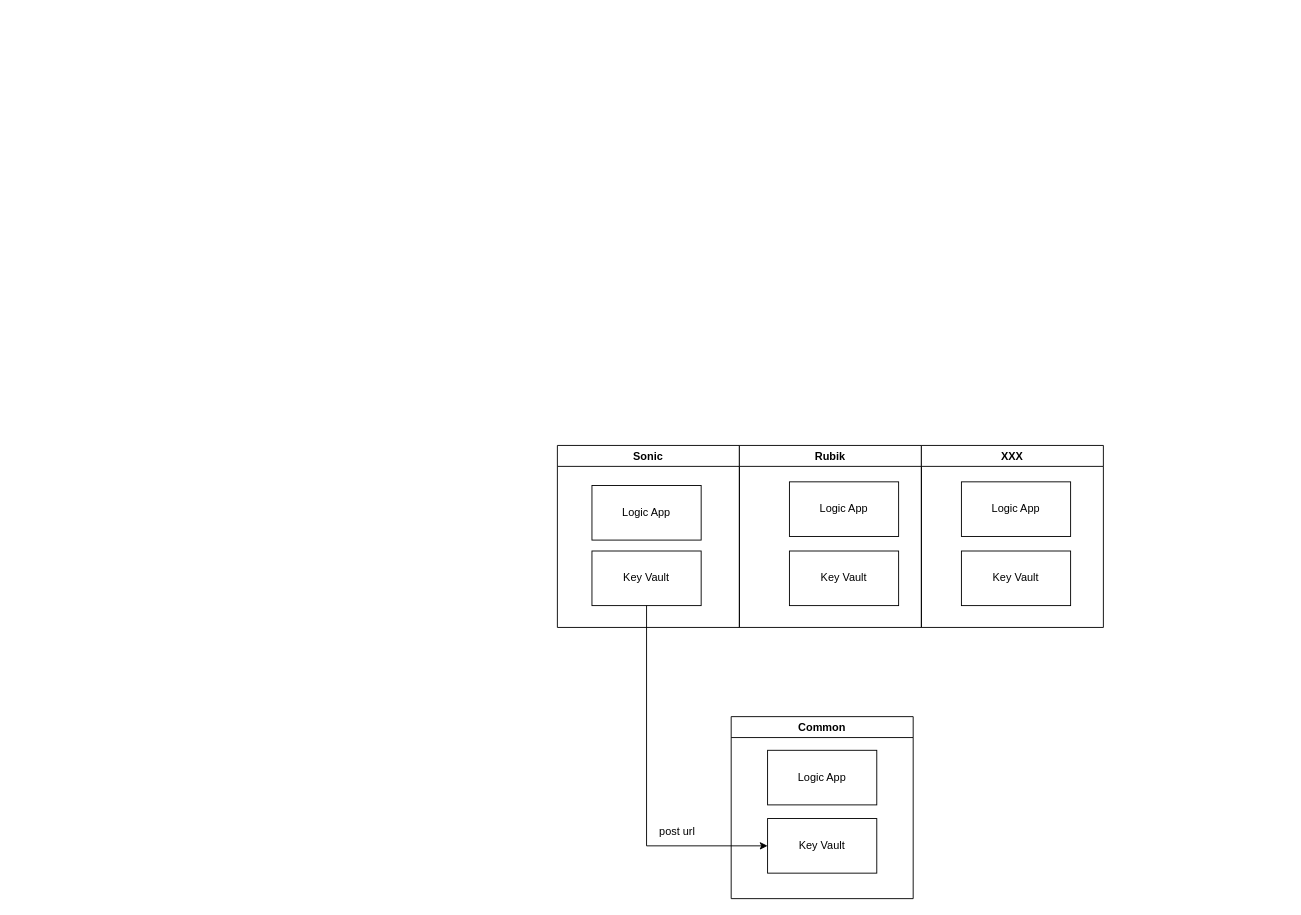
Earlier version of the draw.io diagram page "Page-12" (12 of 12) of 2.drawio (hy986/Repo_0110). Source tidied: cells renumbered, new cells numbered last; positions are measured from the earlier drawing's top-left corner, leaving out a move shared by most shapes. Both pictures are drawn from the tidied source at 91%, with x=0, y=0 at pixel (557, 445).
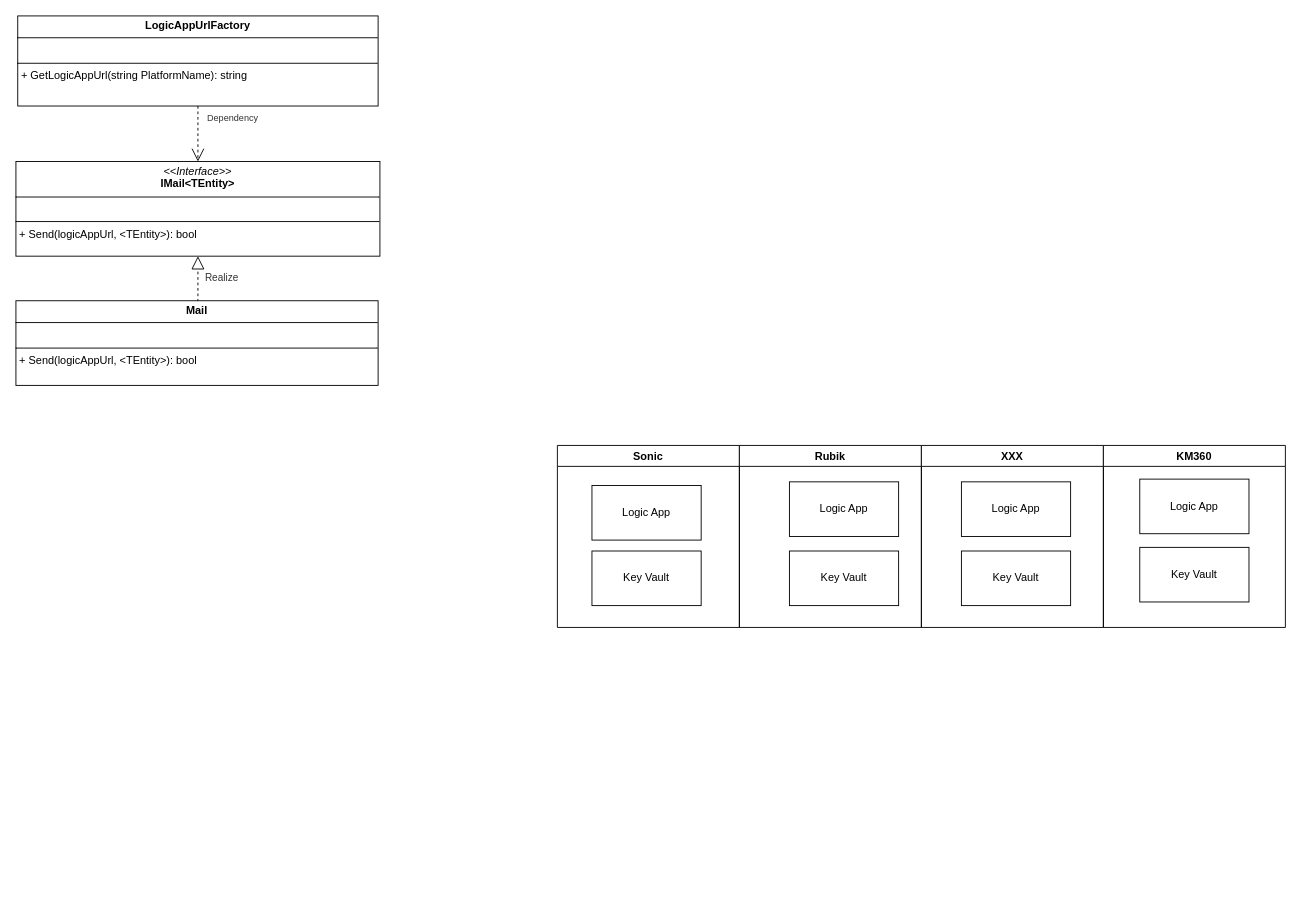
The same page after the edit.

Diff of the diagram source:
```diff
@@
 <mxGraphModel>
   <root>
     <mxCell id="0" />
     <mxCell id="1" parent="0" />
     <mxCell id="2" value="Sonic" style="swimlane;whiteSpace=wrap;html=1;startSize=23;" parent="1" vertex="1">
       <mxGeometry width="200" height="200" as="geometry" />
     </mxCell>
     <mxCell id="3" value="Logic App" style="rounded=0;whiteSpace=wrap;html=1;" parent="2" vertex="1">
       <mxGeometry x="38" y="44" width="120" height="60" as="geometry" />
     </mxCell>
     <mxCell id="4" value="Key Vault" style="rounded=0;whiteSpace=wrap;html=1;" parent="2" vertex="1">
       <mxGeometry x="38" y="116" width="120" height="60" as="geometry" />
     </mxCell>
     <mxCell id="5" value="Rubik" style="swimlane;whiteSpace=wrap;html=1;startSize=23;" parent="1" vertex="1">
       <mxGeometry x="200" width="200" height="200" as="geometry" />
     </mxCell>
     <mxCell id="6" value="Logic App" style="rounded=0;whiteSpace=wrap;html=1;" parent="5" vertex="1">
       <mxGeometry x="55" y="40" width="120" height="60" as="geometry" />
     </mxCell>
     <mxCell id="7" value="Key Vault" style="rounded=0;whiteSpace=wrap;html=1;" parent="5" vertex="1">
       <mxGeometry x="55" y="116" width="120" height="60" as="geometry" />
     </mxCell>
     <mxCell id="8" value="XXX" style="swimlane;whiteSpace=wrap;html=1;startSize=23;" parent="1" vertex="1">
       <mxGeometry x="400" width="200" height="200" as="geometry" />
     </mxCell>
     <mxCell id="9" value="Logic App" style="rounded=0;whiteSpace=wrap;html=1;" parent="8" vertex="1">
       <mxGeometry x="44" y="40" width="120" height="60" as="geometry" />
     </mxCell>
     <mxCell id="10" value="Key Vault" style="rounded=0;whiteSpace=wrap;html=1;" parent="8" vertex="1">
       <mxGeometry x="44" y="116" width="120" height="60" as="geometry" />
     </mxCell>
-    <mxCell id="11" value="Common" style="swimlane;whiteSpace=wrap;html=1;startSize=23;" parent="1" vertex="1">
-      <mxGeometry x="191" y="298" width="200" height="200" as="geometry" />
+    <mxCell id="11" value="KM360" style="swimlane;whiteSpace=wrap;html=1;startSize=23;" parent="1" vertex="1">
+      <mxGeometry x="600" width="200" height="200" as="geometry" />
     </mxCell>
     <mxCell id="12" value="Logic App" style="rounded=0;whiteSpace=wrap;html=1;" parent="11" vertex="1">
       <mxGeometry x="40" y="37" width="120" height="60" as="geometry" />
     </mxCell>
     <mxCell id="13" value="Key Vault" style="rounded=0;whiteSpace=wrap;html=1;" parent="11" vertex="1">
       <mxGeometry x="40" y="112" width="120" height="60" as="geometry" />
     </mxCell>
-    <mxCell id="14" style="edgeStyle=orthogonalEdgeStyle;rounded=0;jettySize=auto;html=1;exitX=0.5;exitY=1;exitDx=0;exitDy=0;entryX=0;entryY=0.5;entryDx=0;entryDy=0;" parent="1" edge="1" source="4" target="13">
-      <mxGeometry relative="1" as="geometry" />
-    </mxCell>
-    <mxCell id="15" value="post url" style="text;html=1;align=center;verticalAlign=middle;whiteSpace=wrap;rounded=0;" parent="1" vertex="1">
-      <mxGeometry x="102" y="410" width="60" height="30" as="geometry" />
-    </mxCell>
+    <mxCell id="16" value="&lt;p style=&quot;margin:0px;margin-top:4px;text-align:center;&quot;&gt;&lt;i&gt;&amp;lt;&amp;lt;Interface&amp;gt;&amp;gt;&lt;/i&gt;&lt;br&gt;&lt;b&gt;IMail&amp;lt;TEntity&amp;gt;&lt;/b&gt;&lt;/p&gt;&lt;hr size=&quot;1&quot; style=&quot;border-style:solid;&quot;&gt;&lt;p style=&quot;margin:0px;margin-left:4px;&quot;&gt;&lt;br&gt;&lt;/p&gt;&lt;hr size=&quot;1&quot; style=&quot;border-style:solid;&quot;&gt;&lt;p style=&quot;margin:0px;margin-left:4px;&quot;&gt;+ Send(logicAppUrl, &amp;lt;&lt;span style=&quot;text-align: center;&quot;&gt;TEntity&lt;/span&gt;&amp;gt;&lt;span style=&quot;background-color: initial;&quot;&gt;): bool&lt;/span&gt;&lt;/p&gt;" style="verticalAlign=top;align=left;overflow=fill;html=1;whiteSpace=wrap;" parent="1" vertex="1">
+      <mxGeometry x="-595" y="-312" width="400" height="104" as="geometry" />
+    </mxCell>
+    <mxCell id="17" value="&#10;&lt;span style=&quot;color: rgb(51, 51, 51); font-family: Helvetica; font-size: 11px; font-style: normal; font-variant-ligatures: normal; font-variant-caps: normal; font-weight: 400; letter-spacing: normal; orphans: 2; text-align: left; text-indent: 0px; text-transform: none; widows: 2; word-spacing: 0px; -webkit-text-stroke-width: 0px; white-space: pre-wrap; background-color: rgb(255, 255, 255); text-decoration-thickness: initial; text-decoration-style: initial; text-decoration-color: initial; display: inline !important; float: none;&quot;&gt;Realize&lt;/span&gt;&#10;&#10;" style="edgeStyle=orthogonalEdgeStyle;rounded=0;jettySize=auto;html=1;exitX=0.5;exitY=0;exitDx=0;exitDy=0;entryX=0.5;entryY=1;entryDx=0;entryDy=0;dashed=1;endArrow=block;endFill=0;endSize=12;" parent="1" edge="1" source="18" target="16">
+      <mxGeometry x="-0.25" y="-26" relative="1" as="geometry" />
+    </mxCell>
+    <mxCell id="18" value="&lt;p style=&quot;margin:0px;margin-top:4px;text-align:center;&quot;&gt;&lt;b&gt;Mail&lt;/b&gt;&lt;/p&gt;&lt;hr size=&quot;1&quot; style=&quot;border-style:solid;&quot;&gt;&lt;p style=&quot;margin: 0px 0px 0px 4px;&quot;&gt;&lt;br&gt;&lt;/p&gt;&lt;hr size=&quot;1&quot; style=&quot;border-style:solid;&quot;&gt;&lt;p style=&quot;margin: 0px 0px 0px 4px;&quot;&gt;+ Send(&lt;span style=&quot;background-color: initial;&quot;&gt;logicAppUrl,&lt;/span&gt;&lt;span style=&quot;background-color: initial;&quot;&gt;&amp;nbsp;&lt;/span&gt;&lt;span style=&quot;background-color: initial;&quot;&gt;&amp;lt;&lt;/span&gt;&lt;span style=&quot;background-color: initial; text-align: center;&quot;&gt;TEntity&lt;/span&gt;&lt;span style=&quot;background-color: initial;&quot;&gt;&amp;gt;&lt;/span&gt;&lt;span style=&quot;background-color: initial;&quot;&gt;): bool&lt;/span&gt;&lt;/p&gt;" style="verticalAlign=top;align=left;overflow=fill;html=1;whiteSpace=wrap;" parent="1" vertex="1">
+      <mxGeometry x="-595" y="-159" width="398" height="93" as="geometry" />
+    </mxCell>
+    <mxCell id="19" style="edgeStyle=orthogonalEdgeStyle;rounded=0;jettySize=auto;html=1;exitX=0.5;exitY=1;exitDx=0;exitDy=0;endArrow=open;endFill=0;dashed=1;endSize=12;" parent="1" edge="1" source="20" target="16">
+      <mxGeometry relative="1" as="geometry" />
+    </mxCell>
+    <mxCell id="20" value="&lt;p style=&quot;margin:0px;margin-top:4px;text-align:center;&quot;&gt;&lt;b&gt;LogicAppUrlFactory&lt;/b&gt;&lt;/p&gt;&lt;hr size=&quot;1&quot; style=&quot;border-style:solid;&quot;&gt;&lt;p style=&quot;margin:0px;margin-left:4px;&quot;&gt;&lt;br&gt;&lt;/p&gt;&lt;hr size=&quot;1&quot; style=&quot;border-style:solid;&quot;&gt;&lt;p style=&quot;margin: 0px 0px 0px 4px;&quot;&gt;+ GetLogicAppUrl&lt;span style=&quot;background-color: initial;&quot;&gt;(string&amp;nbsp;&lt;/span&gt;&lt;span style=&quot;background-color: initial;&quot;&gt;PlatformName&lt;/span&gt;&lt;span style=&quot;background-color: initial;&quot;&gt;): string&lt;/span&gt;&lt;/p&gt;" style="verticalAlign=top;align=left;overflow=fill;html=1;whiteSpace=wrap;" parent="1" vertex="1">
+      <mxGeometry x="-593" y="-472" width="396" height="99" as="geometry" />
+    </mxCell>
+    <mxCell id="21" value="&lt;span style=&quot;overflow-wrap: break-word; box-sizing: border-box; list-style: inherit; color: rgb(51, 51, 51); text-align: left; white-space: pre-wrap;&quot;&gt;&lt;font style=&quot;font-size: 10px;&quot;&gt;Dependency&lt;/font&gt;&lt;/span&gt;" style="edgeLabel;html=1;align=center;verticalAlign=middle;" parent="1" vertex="1">
+      <mxGeometry x="-358" y="-361" as="geometry" />
+    </mxCell>
   </root>
 </mxGraphModel>
```
